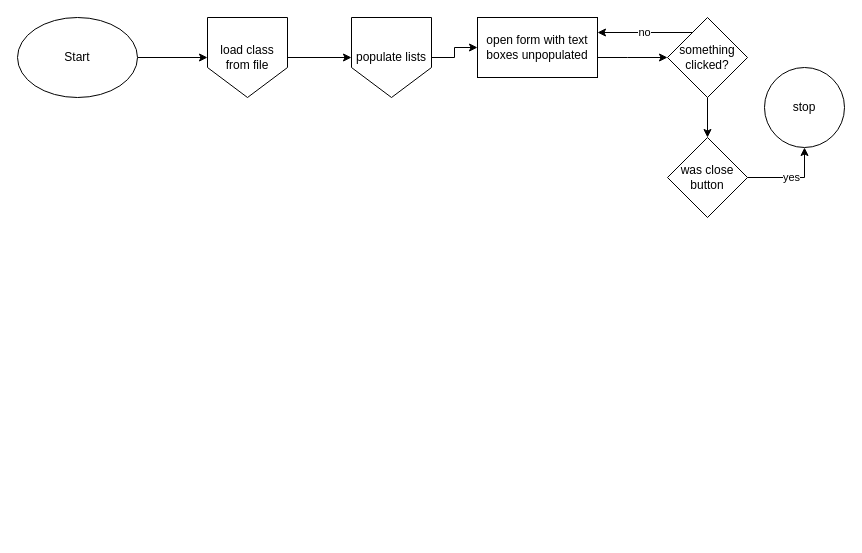
Above: .github/Refferences/flowchart.drawio in NPITX-programs/AdressBook (draw.io), before the change. Source tidied: cells renumbered, new cells numbered last; positions are measured from the earlier drawing's top-left corner, leaving out a move shared by most shapes. Both pictures are drawn from the tidied source at 100%, with x=0, y=0 at pixel (17, 17).
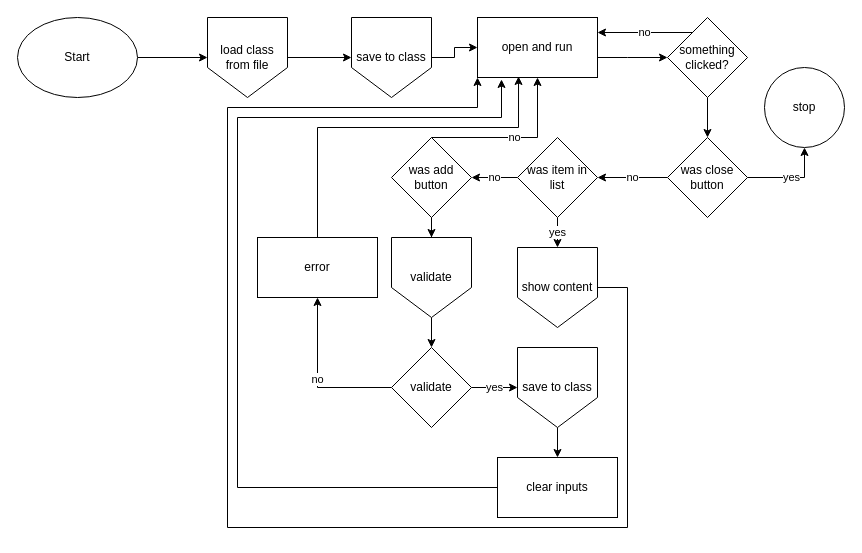
The same page after the edit.

Commit message:
finalized starting logic

Unchanged cells that the change refers to:
```xml
<mxCell id="11" value="was close button" style="rhombus;whiteSpace=wrap;html=1;" parent="1" vertex="1">
  <mxGeometry x="650" y="120" width="80" height="80" as="geometry" />
</mxCell>
```

Diff of the diagram source:
```diff
@@
-    <mxCell id="7" value="populate lists" style="shape=offPageConnector;whiteSpace=wrap;html=1;" parent="1" vertex="1">
+    <mxCell id="7" value="save to class" style="shape=offPageConnector;whiteSpace=wrap;html=1;" parent="1" vertex="1">
       <mxGeometry x="334" width="80" height="80" as="geometry" />
     </mxCell>
@@
-    <mxCell id="9" value="open form with text boxes unpopulated" style="rounded=0;whiteSpace=wrap;html=1;" parent="1" vertex="1">
+    <mxCell id="9" value="open and run" style="rounded=0;whiteSpace=wrap;html=1;" parent="1" vertex="1">
       <mxGeometry x="460" width="120" height="60" as="geometry" />
     </mxCell>
@@
+    <mxCell id="16" value="no" style="edgeStyle=orthogonalEdgeStyle;rounded=0;jettySize=auto;html=1;" parent="1" edge="1" source="11" target="19">
+      <mxGeometry relative="1" as="geometry" />
+    </mxCell>
@@
+    <mxCell id="17" value="yes" style="edgeStyle=orthogonalEdgeStyle;rounded=0;jettySize=auto;html=1;" parent="1" edge="1" source="19" target="21">
+      <mxGeometry relative="1" as="geometry" />
+    </mxCell>
+    <mxCell id="18" value="no" style="edgeStyle=orthogonalEdgeStyle;rounded=0;jettySize=auto;html=1;" parent="1" edge="1" source="19" target="24">
+      <mxGeometry relative="1" as="geometry" />
+    </mxCell>
+    <mxCell id="19" value="was item in list" style="rhombus;whiteSpace=wrap;html=1;" parent="1" vertex="1">
+      <mxGeometry x="500" y="120" width="80" height="80" as="geometry" />
+    </mxCell>
+    <mxCell id="20" style="edgeStyle=orthogonalEdgeStyle;rounded=0;jettySize=auto;html=1;entryX=0;entryY=1;entryDx=0;entryDy=0;" parent="1" edge="1" source="21" target="9">
+      <mxGeometry relative="1" as="geometry">
+        <Array as="points">
+          <mxPoint x="610" y="270" />
+          <mxPoint x="610" y="510" />
+          <mxPoint x="210" y="510" />
+          <mxPoint x="210" y="90" />
+          <mxPoint x="460" y="90" />
+        </Array>
+      </mxGeometry>
+    </mxCell>
+    <mxCell id="21" value="show content" style="shape=offPageConnector;whiteSpace=wrap;html=1;" parent="1" vertex="1">
+      <mxGeometry x="500" y="230" width="80" height="80" as="geometry" />
+    </mxCell>
+    <mxCell id="22" style="edgeStyle=orthogonalEdgeStyle;rounded=0;jettySize=auto;html=1;" parent="1" edge="1" source="24" target="26">
+      <mxGeometry relative="1" as="geometry" />
+    </mxCell>
+    <mxCell id="23" value="no" style="edgeStyle=orthogonalEdgeStyle;rounded=0;jettySize=auto;html=1;entryX=0.5;entryY=1;entryDx=0;entryDy=0;" parent="1" edge="1" source="24" target="9">
+      <mxGeometry relative="1" as="geometry">
+        <Array as="points">
+          <mxPoint x="520" y="120" />
+        </Array>
+      </mxGeometry>
+    </mxCell>
+    <mxCell id="24" value="was add button" style="rhombus;whiteSpace=wrap;html=1;" parent="1" vertex="1">
+      <mxGeometry x="374" y="120" width="80" height="80" as="geometry" />
+    </mxCell>
+    <mxCell id="25" style="edgeStyle=orthogonalEdgeStyle;rounded=0;jettySize=auto;html=1;" parent="1" edge="1" source="26" target="29">
+      <mxGeometry relative="1" as="geometry" />
+    </mxCell>
+    <mxCell id="26" value="validate" style="shape=offPageConnector;whiteSpace=wrap;html=1;" parent="1" vertex="1">
+      <mxGeometry x="374" y="220" width="80" height="80" as="geometry" />
+    </mxCell>
+    <mxCell id="27" value="yes" style="edgeStyle=orthogonalEdgeStyle;rounded=0;jettySize=auto;html=1;" parent="1" edge="1" source="29" target="31">
+      <mxGeometry relative="1" as="geometry" />
+    </mxCell>
+    <mxCell id="28" value="no" style="edgeStyle=orthogonalEdgeStyle;rounded=0;jettySize=auto;html=1;entryX=0.5;entryY=1;entryDx=0;entryDy=0;" parent="1" edge="1" source="29" target="35">
+      <mxGeometry relative="1" as="geometry" />
+    </mxCell>
+    <mxCell id="29" value="validate" style="rhombus;whiteSpace=wrap;html=1;" parent="1" vertex="1">
+      <mxGeometry x="374" y="330" width="80" height="80" as="geometry" />
+    </mxCell>
+    <mxCell id="30" style="edgeStyle=orthogonalEdgeStyle;rounded=0;jettySize=auto;html=1;" parent="1" edge="1" source="31" target="33">
+      <mxGeometry relative="1" as="geometry" />
+    </mxCell>
+    <mxCell id="31" value="save to class" style="shape=offPageConnector;whiteSpace=wrap;html=1;" parent="1" vertex="1">
+      <mxGeometry x="500" y="330" width="80" height="80" as="geometry" />
+    </mxCell>
+    <mxCell id="32" style="edgeStyle=orthogonalEdgeStyle;rounded=0;jettySize=auto;html=1;entryX=0.2;entryY=1.033;entryDx=0;entryDy=0;entryPerimeter=0;" parent="1" edge="1" source="33" target="9">
+      <mxGeometry relative="1" as="geometry">
+        <Array as="points">
+          <mxPoint x="220" y="470" />
+          <mxPoint x="220" y="100" />
+          <mxPoint x="484" y="100" />
+        </Array>
+      </mxGeometry>
+    </mxCell>
+    <mxCell id="33" value="clear inputs" style="rounded=0;whiteSpace=wrap;html=1;" parent="1" vertex="1">
+      <mxGeometry x="480" y="440" width="120" height="60" as="geometry" />
+    </mxCell>
+    <mxCell id="34" style="edgeStyle=orthogonalEdgeStyle;rounded=0;jettySize=auto;html=1;entryX=0.342;entryY=0.983;entryDx=0;entryDy=0;entryPerimeter=0;" parent="1" edge="1" source="35" target="9">
+      <mxGeometry relative="1" as="geometry">
+        <Array as="points">
+          <mxPoint x="300" y="110" />
+          <mxPoint x="501" y="110" />
+        </Array>
+      </mxGeometry>
+    </mxCell>
+    <mxCell id="35" value="error" style="rounded=0;whiteSpace=wrap;html=1;" parent="1" vertex="1">
+      <mxGeometry x="240" y="220" width="120" height="60" as="geometry" />
+    </mxCell>
```
